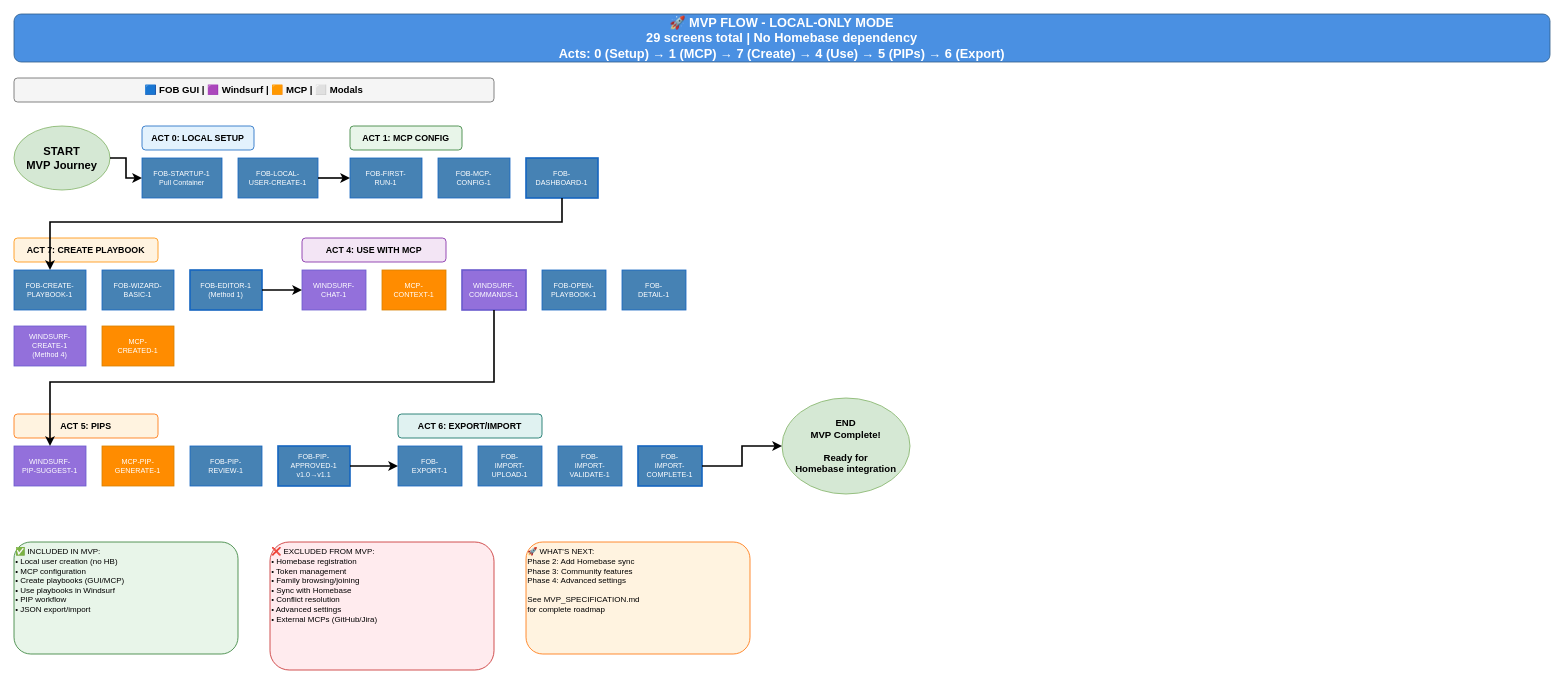
This is page "🚀 MVP Flow - Local Only" (12 of 12) of docs/ux/2_dialogue-maps/screen-flow.drawio from petelind/mimir, a draw.io file, before an edit. Source tidied: cells renumbered, new cells numbered last; positions are measured from the earlier drawing's top-left corner, leaving out a move shared by most shapes. Both pictures are drawn from the tidied source at 80%, with x=0, y=0 at pixel (14, 14).
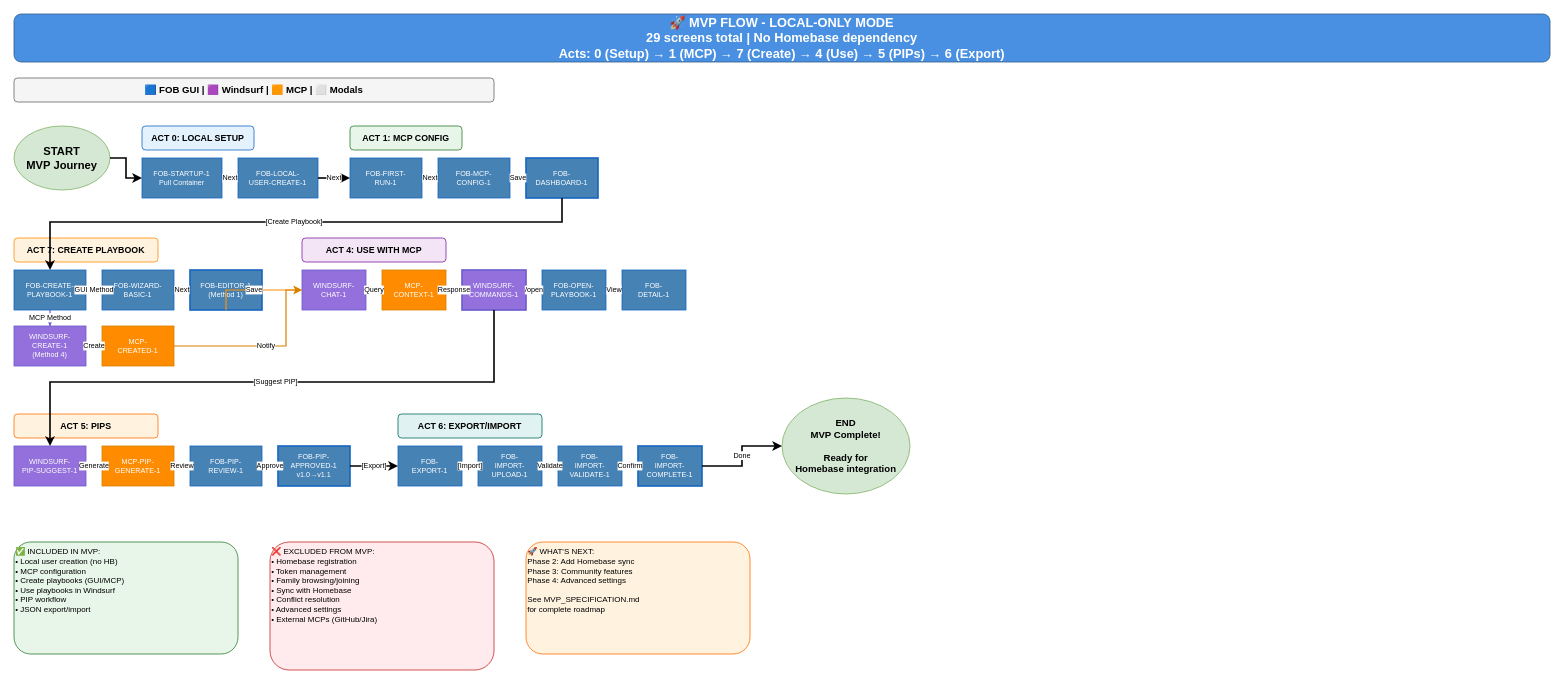
The same page after the edit.

Unchanged cells that the change refers to:
```xml
<mxCell id="6" value="FOB-STARTUP-1&#10;Pull Container" style="rounded=0;whiteSpace=wrap;html=1;fillColor=#4682B4;strokeColor=#1565c0;fontSize=9;fontColor=#ffffff;" parent="1" vertex="1">
  <mxGeometry x="160" y="180" width="100" height="50" as="geometry" />
</mxCell>
<mxCell id="7" value="FOB-LOCAL-&#10;USER-CREATE-1" style="rounded=0;whiteSpace=wrap;html=1;fillColor=#4682B4;strokeColor=#1565c0;fontSize=9;fontColor=#ffffff;" parent="1" vertex="1">
  <mxGeometry x="280" y="180" width="100" height="50" as="geometry" />
</mxCell>
<mxCell id="9" value="FOB-FIRST-&#10;RUN-1" style="rounded=0;whiteSpace=wrap;html=1;fillColor=#4682B4;strokeColor=#1565c0;fontSize=9;fontColor=#ffffff;" parent="1" vertex="1">
  <mxGeometry x="420" y="180" width="90" height="50" as="geometry" />
</mxCell>
<mxCell id="10" value="FOB-MCP-&#10;CONFIG-1" style="rounded=0;whiteSpace=wrap;html=1;fillColor=#4682B4;strokeColor=#1565c0;fontSize=9;fontColor=#ffffff;" parent="1" vertex="1">
  <mxGeometry x="530" y="180" width="90" height="50" as="geometry" />
</mxCell>
<mxCell id="11" value="FOB-&#10;DASHBOARD-1" style="rounded=0;whiteSpace=wrap;html=1;fillColor=#4682B4;strokeColor=#1565c0;fontSize=9;fontColor=#ffffff;strokeWidth=2;" parent="1" vertex="1">
  <mxGeometry x="640" y="180" width="90" height="50" as="geometry" />
</mxCell>
<mxCell id="13" value="FOB-CREATE-&#10;PLAYBOOK-1" style="rounded=0;whiteSpace=wrap;html=1;fillColor=#4682B4;strokeColor=#1565c0;fontSize=9;fontColor=#ffffff;" parent="1" vertex="1">
  <mxGeometry y="320" width="90" height="50" as="geometry" />
</mxCell>
<mxCell id="14" value="FOB-WIZARD-&#10;BASIC-1" style="rounded=0;whiteSpace=wrap;html=1;fillColor=#4682B4;strokeColor=#1565c0;fontSize=9;fontColor=#ffffff;" parent="1" vertex="1">
  <mxGeometry x="110" y="320" width="90" height="50" as="geometry" />
</mxCell>
<mxCell id="15" value="FOB-EDITOR-1&#10;(Method 1)" style="rounded=0;whiteSpace=wrap;html=1;fillColor=#4682B4;strokeColor=#1565c0;fontSize=9;fontColor=#ffffff;strokeWidth=2;" parent="1" vertex="1">
  <mxGeometry x="220" y="320" width="90" height="50" as="geometry" />
</mxCell>
<mxCell id="16" value="WINDSURF-&#10;CREATE-1&#10;(Method 4)" style="rounded=0;whiteSpace=wrap;html=1;fillColor=#9370DB;strokeColor=#6a5acd;fontSize=9;fontColor=#ffffff;" parent="1" vertex="1">
  <mxGeometry y="390" width="90" height="50" as="geometry" />
</mxCell>
<mxCell id="17" value="MCP-&#10;CREATED-1" style="rounded=0;whiteSpace=wrap;html=1;fillColor=#FF8C00;strokeColor=#d68000;fontSize=9;fontColor=#ffffff;" parent="1" vertex="1">
  <mxGeometry x="110" y="390" width="90" height="50" as="geometry" />
</mxCell>
<mxCell id="19" value="WINDSURF-&#10;CHAT-1" style="rounded=0;whiteSpace=wrap;html=1;fillColor=#9370DB;strokeColor=#6a5acd;fontSize=9;fontColor=#ffffff;" parent="1" vertex="1">
  <mxGeometry x="360" y="320" width="80" height="50" as="geometry" />
</mxCell>
<mxCell id="20" value="MCP-&#10;CONTEXT-1" style="rounded=0;whiteSpace=wrap;html=1;fillColor=#FF8C00;strokeColor=#d68000;fontSize=9;fontColor=#ffffff;" parent="1" vertex="1">
  <mxGeometry x="460" y="320" width="80" height="50" as="geometry" />
</mxCell>
<mxCell id="21" value="WINDSURF-&#10;COMMANDS-1" style="rounded=0;whiteSpace=wrap;html=1;fillColor=#9370DB;strokeColor=#6a5acd;fontSize=9;fontColor=#ffffff;strokeWidth=2;" parent="1" vertex="1">
  <mxGeometry x="560" y="320" width="80" height="50" as="geometry" />
</mxCell>
<mxCell id="22" value="FOB-OPEN-&#10;PLAYBOOK-1" style="rounded=0;whiteSpace=wrap;html=1;fillColor=#4682B4;strokeColor=#1565c0;fontSize=9;fontColor=#ffffff;" parent="1" vertex="1">
  <mxGeometry x="660" y="320" width="80" height="50" as="geometry" />
</mxCell>
<mxCell id="23" value="FOB-&#10;DETAIL-1" style="rounded=0;whiteSpace=wrap;html=1;fillColor=#4682B4;strokeColor=#1565c0;fontSize=9;fontColor=#ffffff;" parent="1" vertex="1">
  <mxGeometry x="760" y="320" width="80" height="50" as="geometry" />
</mxCell>
<mxCell id="25" value="WINDSURF-&#10;PIP-SUGGEST-1" style="rounded=0;whiteSpace=wrap;html=1;fillColor=#9370DB;strokeColor=#6a5acd;fontSize=9;fontColor=#ffffff;" parent="1" vertex="1">
  <mxGeometry y="540" width="90" height="50" as="geometry" />
</mxCell>
<mxCell id="26" value="MCP-PIP-&#10;GENERATE-1" style="rounded=0;whiteSpace=wrap;html=1;fillColor=#FF8C00;strokeColor=#d68000;fontSize=9;fontColor=#ffffff;" parent="1" vertex="1">
  <mxGeometry x="110" y="540" width="90" height="50" as="geometry" />
</mxCell>
<mxCell id="27" value="FOB-PIP-&#10;REVIEW-1" style="rounded=0;whiteSpace=wrap;html=1;fillColor=#4682B4;strokeColor=#1565c0;fontSize=9;fontColor=#ffffff;" parent="1" vertex="1">
  <mxGeometry x="220" y="540" width="90" height="50" as="geometry" />
</mxCell>
<mxCell id="28" value="FOB-PIP-&#10;APPROVED-1&#10;v1.0→v1.1" style="rounded=0;whiteSpace=wrap;html=1;fillColor=#4682B4;strokeColor=#1565c0;fontSize=9;fontColor=#ffffff;strokeWidth=2;" parent="1" vertex="1">
  <mxGeometry x="330" y="540" width="90" height="50" as="geometry" />
</mxCell>
<mxCell id="30" value="FOB-&#10;EXPORT-1" style="rounded=0;whiteSpace=wrap;html=1;fillColor=#4682B4;strokeColor=#1565c0;fontSize=9;fontColor=#ffffff;" parent="1" vertex="1">
  <mxGeometry x="480" y="540" width="80" height="50" as="geometry" />
</mxCell>
<mxCell id="31" value="FOB-&#10;IMPORT-&#10;UPLOAD-1" style="rounded=0;whiteSpace=wrap;html=1;fillColor=#4682B4;strokeColor=#1565c0;fontSize=9;fontColor=#ffffff;" parent="1" vertex="1">
  <mxGeometry x="580" y="540" width="80" height="50" as="geometry" />
</mxCell>
<mxCell id="32" value="FOB-&#10;IMPORT-&#10;VALIDATE-1" style="rounded=0;whiteSpace=wrap;html=1;fillColor=#4682B4;strokeColor=#1565c0;fontSize=9;fontColor=#ffffff;" parent="1" vertex="1">
  <mxGeometry x="680" y="540" width="80" height="50" as="geometry" />
</mxCell>
<mxCell id="33" value="FOB-&#10;IMPORT-&#10;COMPLETE-1" style="rounded=0;whiteSpace=wrap;html=1;fillColor=#4682B4;strokeColor=#1565c0;fontSize=9;fontColor=#ffffff;strokeWidth=2;" parent="1" vertex="1">
  <mxGeometry x="780" y="540" width="80" height="50" as="geometry" />
</mxCell>
<mxCell id="34" value="END&#10;MVP Complete!&#10;&#10;Ready for&#10;Homebase integration" style="ellipse;whiteSpace=wrap;html=1;fillColor=#d5e8d4;strokeColor=#82b366;fontStyle=1;fontSize=12;align=center;" parent="1" vertex="1">
  <mxGeometry x="960" y="480" width="160" height="120" as="geometry" />
</mxCell>
```

What changed in the source:
```diff
@@
+    <mxCell id="45" value="Next" style="edgeStyle=orthogonalEdgeStyle;rounded=0;jettySize=auto;html=1;strokeWidth=1.5;strokeColor=#1565c0;fontSize=9;" parent="1" edge="1" source="6" target="7">
+      <mxGeometry relative="1" as="geometry" />
+    </mxCell>
-    <mxCell id="39" style="edgeStyle=orthogonalEdgeStyle;rounded=0;jettySize=auto;html=1;strokeWidth=2;strokeColor=#000000;" parent="1" edge="1" source="7" target="9">
+    <mxCell id="39" value="Next" style="edgeStyle=orthogonalEdgeStyle;rounded=0;jettySize=auto;html=1;strokeWidth=2;strokeColor=#000000;fontSize=9;" parent="1" edge="1" source="7" target="9">
       <mxGeometry relative="1" as="geometry" />
     </mxCell>
+    <mxCell id="46" value="Next" style="edgeStyle=orthogonalEdgeStyle;rounded=0;jettySize=auto;html=1;strokeWidth=1.5;strokeColor=#2e7d32;fontSize=9;" parent="1" edge="1" source="9" target="10">
+      <mxGeometry relative="1" as="geometry" />
+    </mxCell>
+    <mxCell id="47" value="Save" style="edgeStyle=orthogonalEdgeStyle;rounded=0;jettySize=auto;html=1;strokeWidth=1.5;strokeColor=#2e7d32;fontSize=9;" parent="1" edge="1" source="10" target="11">
+      <mxGeometry relative="1" as="geometry" />
+    </mxCell>
-    <mxCell id="40" style="edgeStyle=orthogonalEdgeStyle;rounded=0;jettySize=auto;html=1;strokeWidth=2;strokeColor=#000000;exitX=0.5;exitY=1;exitDx=0;exitDy=0;entryX=0.5;entryY=0;entryDx=0;entryDy=0;" parent="1" edge="1" source="11" target="13">
+    <mxCell id="40" value="[Create Playbook]" style="edgeStyle=orthogonalEdgeStyle;rounded=0;jettySize=auto;html=1;strokeWidth=2;strokeColor=#000000;exitX=0.5;exitY=1;exitDx=0;exitDy=0;entryX=0.5;entryY=0;entryDx=0;entryDy=0;fontSize=9;" parent="1" edge="1" source="11" target="13">
       <mxGeometry relative="1" as="geometry">
         <Array as="points">
           <mxPoint x="685" y="260" />
           <mxPoint x="45" y="260" />
         </Array>
       </mxGeometry>
     </mxCell>
+    <mxCell id="48" value="GUI Method" style="edgeStyle=orthogonalEdgeStyle;rounded=0;jettySize=auto;html=1;strokeWidth=1.5;strokeColor=#ff8f00;fontSize=9;" parent="1" edge="1" source="13" target="14">
+      <mxGeometry relative="1" as="geometry" />
+    </mxCell>
+    <mxCell id="49" value="Next" style="edgeStyle=orthogonalEdgeStyle;rounded=0;jettySize=auto;html=1;strokeWidth=1.5;strokeColor=#ff8f00;fontSize=9;" parent="1" edge="1" source="14" target="15">
+      <mxGeometry relative="1" as="geometry" />
+    </mxCell>
+    <mxCell id="50" value="MCP Method" style="edgeStyle=orthogonalEdgeStyle;rounded=0;jettySize=auto;html=1;strokeWidth=1.5;strokeColor=#6a5acd;dashed=1;fontSize=9;" parent="1" edge="1" source="13" target="16">
+      <mxGeometry relative="1" as="geometry" />
+    </mxCell>
+    <mxCell id="51" value="Create" style="edgeStyle=orthogonalEdgeStyle;rounded=0;jettySize=auto;html=1;strokeWidth=1.5;strokeColor=#6a5acd;fontSize=9;" parent="1" edge="1" source="16" target="17">
+      <mxGeometry relative="1" as="geometry" />
+    </mxCell>
-    <mxCell id="41" style="edgeStyle=orthogonalEdgeStyle;rounded=0;jettySize=auto;html=1;strokeWidth=2;strokeColor=#000000;" parent="1" edge="1" source="15" target="19">
-      <mxGeometry relative="1" as="geometry" />
+    <mxCell id="41" value="Save" style="edgeStyle=orthogonalEdgeStyle;rounded=0;jettySize=auto;html=1;strokeWidth=1.5;strokeColor=#ff8f00;fontSize=9;exitX=0.5;exitY=1;exitDx=0;exitDy=0;entryX=0;entryY=0.5;entryDx=0;entryDy=0;" parent="1" edge="1" source="15" target="19">
+      <mxGeometry relative="1" as="geometry">
+        <Array as="points">
+          <mxPoint x="265" y="345" />
+        </Array>
+      </mxGeometry>
     </mxCell>
+    <mxCell id="52" value="Notify" style="edgeStyle=orthogonalEdgeStyle;rounded=0;jettySize=auto;html=1;strokeWidth=1.5;strokeColor=#d68000;fontSize=9;exitX=1;exitY=0.5;exitDx=0;exitDy=0;entryX=0;entryY=0.5;entryDx=0;entryDy=0;" parent="1" edge="1" source="17" target="19">
+      <mxGeometry relative="1" as="geometry">
+        <Array as="points">
+          <mxPoint x="340" y="415" />
+          <mxPoint x="340" y="345" />
+        </Array>
+      </mxGeometry>
+    </mxCell>
+    <mxCell id="53" value="Query" style="edgeStyle=orthogonalEdgeStyle;rounded=0;jettySize=auto;html=1;strokeWidth=1.5;strokeColor=#6a5acd;fontSize=9;" parent="1" edge="1" source="19" target="20">
+      <mxGeometry relative="1" as="geometry" />
+    </mxCell>
+    <mxCell id="54" value="Response" style="edgeStyle=orthogonalEdgeStyle;rounded=0;jettySize=auto;html=1;strokeWidth=1.5;strokeColor=#6a5acd;fontSize=9;" parent="1" edge="1" source="20" target="21">
+      <mxGeometry relative="1" as="geometry" />
+    </mxCell>
+    <mxCell id="55" value="/open" style="edgeStyle=orthogonalEdgeStyle;rounded=0;jettySize=auto;html=1;strokeWidth=1.5;strokeColor=#6a5acd;fontSize=9;" parent="1" edge="1" source="21" target="22">
+      <mxGeometry relative="1" as="geometry" />
+    </mxCell>
+    <mxCell id="56" value="View" style="edgeStyle=orthogonalEdgeStyle;rounded=0;jettySize=auto;html=1;strokeWidth=1.5;strokeColor=#1565c0;fontSize=9;" parent="1" edge="1" source="22" target="23">
+      <mxGeometry relative="1" as="geometry" />
+    </mxCell>
-    <mxCell id="42" style="edgeStyle=orthogonalEdgeStyle;rounded=0;jettySize=auto;html=1;strokeWidth=2;strokeColor=#000000;exitX=0.5;exitY=1;exitDx=0;exitDy=0;entryX=0.5;entryY=0;entryDx=0;entryDy=0;" parent="1" edge="1" source="21" target="25">
+    <mxCell id="42" value="[Suggest PIP]" style="edgeStyle=orthogonalEdgeStyle;rounded=0;jettySize=auto;html=1;strokeWidth=2;strokeColor=#000000;exitX=0.5;exitY=1;exitDx=0;exitDy=0;entryX=0.5;entryY=0;entryDx=0;entryDy=0;fontSize=9;" parent="1" edge="1" source="21" target="25">
       <mxGeometry relative="1" as="geometry">
         <Array as="points">
           <mxPoint x="600" y="460" />
           <mxPoint x="45" y="460" />
         </Array>
       </mxGeometry>
     </mxCell>
+    <mxCell id="57" value="Generate" style="edgeStyle=orthogonalEdgeStyle;rounded=0;jettySize=auto;html=1;strokeWidth=1.5;strokeColor=#6a5acd;fontSize=9;" parent="1" edge="1" source="25" target="26">
+      <mxGeometry relative="1" as="geometry" />
+    </mxCell>
+    <mxCell id="58" value="Review" style="edgeStyle=orthogonalEdgeStyle;rounded=0;jettySize=auto;html=1;strokeWidth=1.5;strokeColor=#d68000;fontSize=9;" parent="1" edge="1" source="26" target="27">
+      <mxGeometry relative="1" as="geometry" />
+    </mxCell>
+    <mxCell id="59" value="Approve" style="edgeStyle=orthogonalEdgeStyle;rounded=0;jettySize=auto;html=1;strokeWidth=1.5;strokeColor=#ff6f00;fontSize=9;" parent="1" edge="1" source="27" target="28">
+      <mxGeometry relative="1" as="geometry" />
+    </mxCell>
-    <mxCell id="43" style="edgeStyle=orthogonalEdgeStyle;rounded=0;jettySize=auto;html=1;strokeWidth=2;strokeColor=#000000;" parent="1" edge="1" source="28" target="30">
+    <mxCell id="43" value="[Export]" style="edgeStyle=orthogonalEdgeStyle;rounded=0;jettySize=auto;html=1;strokeWidth=2;strokeColor=#000000;fontSize=9;" parent="1" edge="1" source="28" target="30">
       <mxGeometry relative="1" as="geometry" />
     </mxCell>
+    <mxCell id="60" value="[Import]" style="edgeStyle=orthogonalEdgeStyle;rounded=0;jettySize=auto;html=1;strokeWidth=1.5;strokeColor=#00695c;fontSize=9;" parent="1" edge="1" source="30" target="31">
+      <mxGeometry relative="1" as="geometry" />
+    </mxCell>
+    <mxCell id="61" value="Validate" style="edgeStyle=orthogonalEdgeStyle;rounded=0;jettySize=auto;html=1;strokeWidth=1.5;strokeColor=#00695c;fontSize=9;" parent="1" edge="1" source="31" target="32">
+      <mxGeometry relative="1" as="geometry" />
+    </mxCell>
+    <mxCell id="62" value="Confirm" style="edgeStyle=orthogonalEdgeStyle;rounded=0;jettySize=auto;html=1;strokeWidth=1.5;strokeColor=#00695c;fontSize=9;" parent="1" edge="1" source="32" target="33">
+      <mxGeometry relative="1" as="geometry" />
+    </mxCell>
-    <mxCell id="44" style="edgeStyle=orthogonalEdgeStyle;rounded=0;jettySize=auto;html=1;strokeWidth=2;strokeColor=#000000;" parent="1" edge="1" source="33" target="34">
+    <mxCell id="44" value="Done" style="edgeStyle=orthogonalEdgeStyle;rounded=0;jettySize=auto;html=1;strokeWidth=2;strokeColor=#000000;fontSize=9;" parent="1" edge="1" source="33" target="34">
       <mxGeometry relative="1" as="geometry" />
     </mxCell>
```
